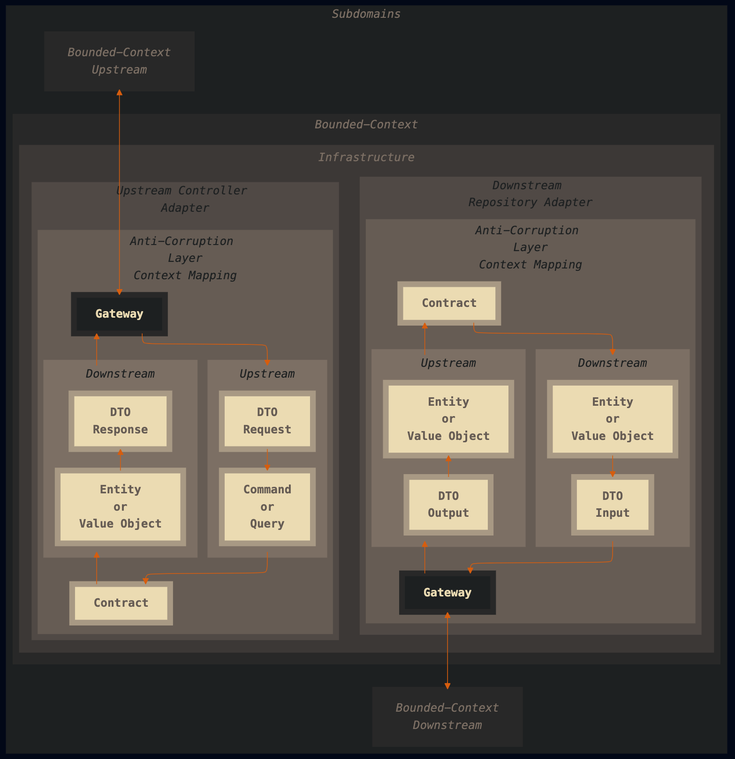
Before: diagrams/anti-corruption-layer-context-mapping.png, a diagram exported from Mermaid (superhero/handbook). Its source is kept beside it as diagrams/anti-corruption-layer-context-mapping.mermaid. Its diagram source:
```mermaid
---

config:
    layout: elk
    look: classic
    theme: base
    themeVariables:
        fontFamily: "monospace"
        lineColor: "#D65D0E"

---

flowchart TB
    subgraph Subdomains["_Subdomains_"]
        subgraph ImplementedBoundedContext["_Bounded-Context_"]
            subgraph Infrastructure["_Infrastructure_"]
                subgraph Controller["_Upstream Controller Adapter_"]
                    subgraph ControllerACL["_Anti-Corruption Layer<br>Context Mapping_"]
                        subgraph UpstreamControllerContextMapper["_Upstream_"]
                            UpstreamControllerRequest[DTO<br>Request] --> UpstreamControllerSchema["Command<br>or<br>Query"]
                        end

                        subgraph DownstreamControllerContextMapper["_Downstream_"]
                            direction BT
                            DownstreamControllerSchema["Entity<br>or<br>Value Object"] --> DownstreamResponse[DTO<br>Response]
                        end

                        ControllerGateway[Gateway]          --> UpstreamControllerContextMapper
                        UpstreamControllerContextMapper     --> ControllerContract[Contract]
                        DownstreamControllerContextMapper   ~~~ ControllerContract
                        ControllerGateway                   ~~~ DownstreamControllerContextMapper
                        ControllerContract                  --> DownstreamControllerContextMapper
                        DownstreamControllerContextMapper   --> ControllerGateway
                    end
                end

                subgraph Repository["_Downstream Repository Adapter_"]
                    subgraph RepositoryACL["_Anti-Corruption Layer<br>Context Mapping_"]
                        subgraph UpstreamRepositoryContextMapper["_Upstream_"]
                            direction BT
                            UpstreamRepositoryDTO[DTO<br>Output] --> UpstreamRepositorySchema["Entity<br>or<br>Value Object"]
                        end

                        subgraph DownstreamRepositoryContextMapper["_Downstream_"]
                            DownstreamRepositorySchema["Entity<br>or<br>Value Object"] --> DownstreamRepositoryDTO[DTO<br>Input]
                        end

                        DownstreamRepositoryContextMapper   --> RepositoryGateway[Gateway]
                        RepositoryContract[Contract]        --> DownstreamRepositoryContextMapper
                        RepositoryContract                  ~~~ UpstreamRepositoryContextMapper
                        UpstreamRepositoryContextMapper     ~~~ RepositoryGateway
                        UpstreamRepositoryContextMapper     --> RepositoryContract
                        RepositoryGateway                   --> UpstreamRepositoryContextMapper
                    end
                end
            end
        end

        ControllerBoundedContext["_Bounded-Context<br>Upstream_"] <--> ControllerGateway
        RepositoryGateway <--> RepositoryBoundedContext["_Bounded-Context<br>Downstream_"]
    end

    classDef nsDepth_1 fill:#1D2021,stroke:#1D2021,color:#7C6F64
    classDef nsDepth_2 fill:#282828,stroke:#282828,color:#7C6F64,stroke-width:6px
    classDef nsDepth_3 fill:#3C3836,stroke:#3C3836,color:#7C6F64,stroke-width:12px
    classDef nsDepth_4 fill:#504945,stroke:#504945,color:#1D2021
    classDef nsDepth_5 fill:#665C54,stroke:#665C54,color:#1D2021,stroke-width:8px
    classDef nsDepth_6 fill:#7C6F64,stroke:#7C6F64,color:#1D2021,stroke-width:16px

    classDef implementation fill:#1D2021,stroke:#282828,font-weight:bold,stroke-width:8px,color:#EBDBB2
    classDef contract fill:#EBDBB2,stroke:#A89984,font-weight:bold,stroke-width:8px,color:#665C54

    class Subdomains nsDepth_1
    class ImplementedBoundedContext,ControllerBoundedContext,RepositoryBoundedContext nsDepth_2
    class Infrastructure nsDepth_3
    class Controller,Repository nsDepth_4
    class ControllerACL,RepositoryACL nsDepth_5
    class UpstreamControllerContextMapper,DownstreamControllerContextMapper,UpstreamRepositoryContextMapper,DownstreamRepositoryContextMapper nsDepth_6

    class UpstreamControllerRequest,DownstreamResponse,DownstreamControllerSchema,UpstreamControllerSchema,RepositoryContract,ControllerContract,UpstreamRepositoryDTO,UpstreamRepositorySchema,DownstreamRepositoryDTO,DownstreamRepositorySchema contract
    class RepositoryGateway,RepositoryMapper,RepositoryGuard,ControllerMapper,ControllerGateway,ControllerAdapter,RepositoryAdapter implementation
```
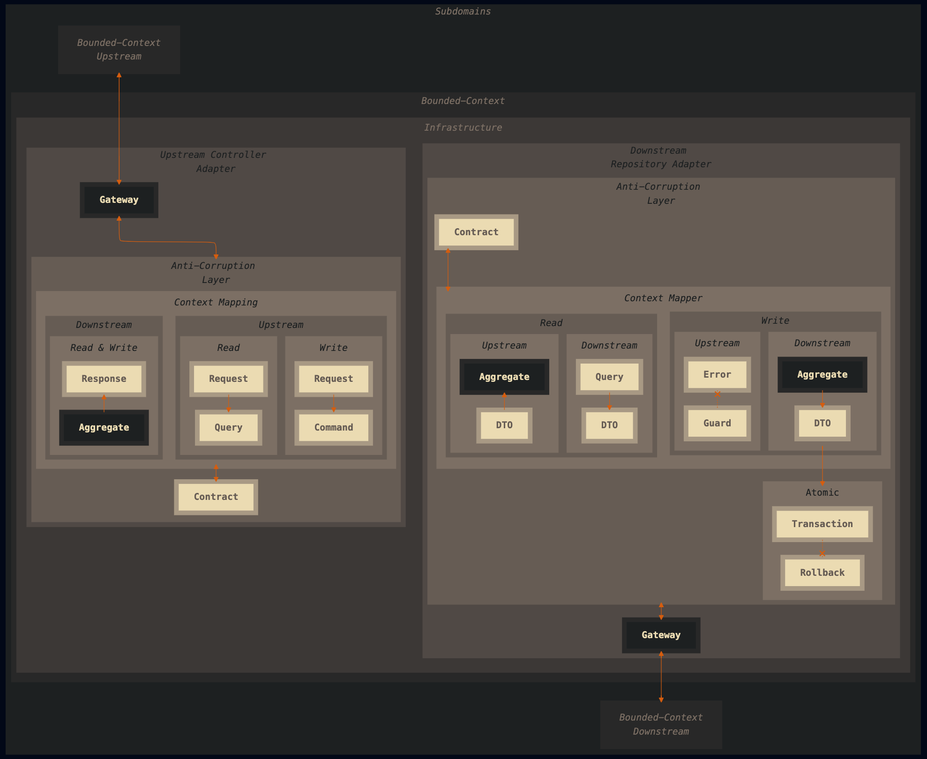
Later version of the same file.

Commit message:
Altered the Anti-Corruption Layer section to better describe the architectual intention

What changed in the source:
```diff
@@ -15,43 +15,76 @@
         subgraph ImplementedBoundedContext["_Bounded-Context_"]
             subgraph Infrastructure["_Infrastructure_"]
                 subgraph Controller["_Upstream Controller Adapter_"]
-                    subgraph ControllerACL["_Anti-Corruption Layer<br>Context Mapping_"]
-                        subgraph UpstreamControllerContextMapper["_Upstream_"]
-                            UpstreamControllerRequest[DTO<br>Request] --> UpstreamControllerSchema["Command<br>or<br>Query"]
+                    subgraph ControllerACL["_Anti-Corruption Layer_"]
+                        subgraph ControllerContextMapper[_Context Mapping_]
+                            subgraph UpstreamControllerContextMapper["_Upstream_"]
+                                subgraph ControllerWriteModel["_Write_"]
+                                    UpstreamControllerWriteModelRequest[Request] --> ControllerCommand[Command]
+                                end
+
+                                subgraph ControllerReadModel["_Read_"]
+                                    UpstreamControllerReadModelRequest[Request] --> ControllerQuery[Query]
+                                end
+                            end
+
+                            subgraph DownstreamControllerContextMapper["_Downstream_"]
+                                subgraph DownstreamControllerReadWriteModel["_Read & Write_"]
+                                    direction BT
+                                    DownstreamControllerSchema["Aggregate"] --> DownstreamResponse[Response]
+                                end
+                            end
                         end
 
-                        subgraph DownstreamControllerContextMapper["_Downstream_"]
-                            direction BT
-                            DownstreamControllerSchema["Entity<br>or<br>Value Object"] --> DownstreamResponse[DTO<br>Response]
-                        end
+                        ControllerContextMapper <--> ControllerContract[Contract]
+                    end
 
-                        ControllerGateway[Gateway]          --> UpstreamControllerContextMapper
-                        UpstreamControllerContextMapper     --> ControllerContract[Contract]
-                        DownstreamControllerContextMapper   ~~~ ControllerContract
-                        ControllerGateway                   ~~~ DownstreamControllerContextMapper
-                        ControllerContract                  --> DownstreamControllerContextMapper
-                        DownstreamControllerContextMapper   --> ControllerGateway
-                    end
+                    ControllerGateway ~~~ ControllerACL
+                    ControllerGateway[Gateway] <--> ControllerACL
+                    ControllerGateway ~~~ ControllerACL
+                    ControllerGateway ~~~ ControllerACL
+                    ControllerGateway ~~~ ControllerACL
                 end
 
                 subgraph Repository["_Downstream Repository Adapter_"]
-                    subgraph RepositoryACL["_Anti-Corruption Layer<br>Context Mapping_"]
-                        subgraph UpstreamRepositoryContextMapper["_Upstream_"]
-                            direction BT
-                            UpstreamRepositoryDTO[DTO<br>Output] --> UpstreamRepositorySchema["Entity<br>or<br>Value Object"]
+                    subgraph RepositoryACL["_Anti-Corruption Layer_"]
+                        subgraph RepositoryContextMapper["_Context Mapper_"]
+                            subgraph RepositoryWriteModel["_Write_"]
+                                subgraph DownstreamRepositoryWriteModel["_Downstream_"]
+                                    DownstreamRepositorySchema["Aggregate"] --> WriteModelDownstreamRepositoryDTO[DTO]
+                                end
+
+                                subgraph UpstreamRepositoryWriteModel["_Upstream_"]
+                                    direction BT
+                                    UpstreamRepositoryGuard[Guard] -.-x UpstreamRepositorySchema["Error"]
+                                end
+                            end
+
+                            subgraph RepositoryReadModel["_Read_"]
+                                subgraph DownstreamRepositoryReadModel["_Downstream_"]
+                                    RepositoryQuery[Query] --> ReadModelDownstreamRepositoryDTO[DTO]
+                                end
+
+                                subgraph UpstreamRepositoryReadModel["_Upstream_"]
+                                    direction BT
+                                    UpstreamRepositoryReadModelDTO[DTO] --> UpstreamRepositoryReadModelSchema["Aggregate"]
+                                end
+                            end
                         end
 
-                        subgraph DownstreamRepositoryContextMapper["_Downstream_"]
-                            DownstreamRepositorySchema["Entity<br>or<br>Value Object"] --> DownstreamRepositoryDTO[DTO<br>Input]
+                        subgraph RepositoryAtomic[Atomic]
+                            RepositoryAtomicTransaction[Transaction] -.-x RepositoryAtomicRollback[Rollback]
                         end
 
-                        DownstreamRepositoryContextMapper   --> RepositoryGateway[Gateway]
-                        RepositoryContract[Contract]        --> DownstreamRepositoryContextMapper
-                        RepositoryContract                  ~~~ UpstreamRepositoryContextMapper
-                        UpstreamRepositoryContextMapper     ~~~ RepositoryGateway
-                        UpstreamRepositoryContextMapper     --> RepositoryContract
-                        RepositoryGateway                   --> UpstreamRepositoryContextMapper
+                        RepositoryContract[Contract]    <--> RepositoryContextMapper
+                        RepositoryContract              ~~~~ RepositoryContextMapper
+                        RepositoryContract              ~~~~ RepositoryContextMapper
+                        RepositoryContract              ~~~~ RepositoryContextMapper
+                        RepositoryContract              ~~~~ RepositoryContextMapper
+                        RepositoryContract              ~~~~ RepositoryContextMapper
+                        DownstreamRepositoryWriteModel  ---> RepositoryAtomic
                     end
+
+                    RepositoryACL <--> RepositoryGateway[Gateway]
                 end
             end
         end
@@ -75,7 +108,9 @@
     class Infrastructure nsDepth_3
     class Controller,Repository nsDepth_4
     class ControllerACL,RepositoryACL nsDepth_5
-    class UpstreamControllerContextMapper,DownstreamControllerContextMapper,UpstreamRepositoryContextMapper,DownstreamRepositoryContextMapper nsDepth_6
+    class ControllerContextMapper,RepositoryContextMapper,RepositoryAtomic,DownstreamControllerReadWriteModel nsDepth_6
+    class UpstreamControllerContextMapper,DownstreamControllerContextMapper,RepositoryWriteModel,RepositoryReadModel nsDepth_5
+    class ControllerWriteModel,ControllerReadModel,UpstreamRepositoryWriteModel,UpstreamRepositoryReadModel,DownstreamRepositoryReadModel,DownstreamRepositoryWriteModel nsDepth_6
 
-    class UpstreamControllerRequest,DownstreamResponse,DownstreamControllerSchema,UpstreamControllerSchema,RepositoryContract,ControllerContract,UpstreamRepositoryDTO,UpstreamRepositorySchema,DownstreamRepositoryDTO,DownstreamRepositorySchema contract
-    class RepositoryGateway,RepositoryMapper,RepositoryGuard,ControllerMapper,ControllerGateway,ControllerAdapter,RepositoryAdapter implementation
+    class RepositoryAtomicTransaction,UpstreamControllerWriteModelRequest,UpstreamControllerReadModelRequest,DownstreamResponse,ControllerQuery,RepositoryQuery,ControllerCommand,RepositoryContract,ControllerContract,UpstreamRepositoryGuard,UpstreamRepositoryReadModelDTO,UpstreamRepositorySchema,WriteModelDownstreamRepositoryDTO,ReadModelDownstreamRepositoryDTO,RepositoryAtomicRollback contract
+    class UpstreamRepositoryReadModelSchema,DownstreamRepositorySchema,DownstreamControllerSchema,RepositoryGateway,RepositoryMapper,RepositoryGuard,ControllerMapper,ControllerGateway,ControllerAdapter,RepositoryAdapter implementation
```
